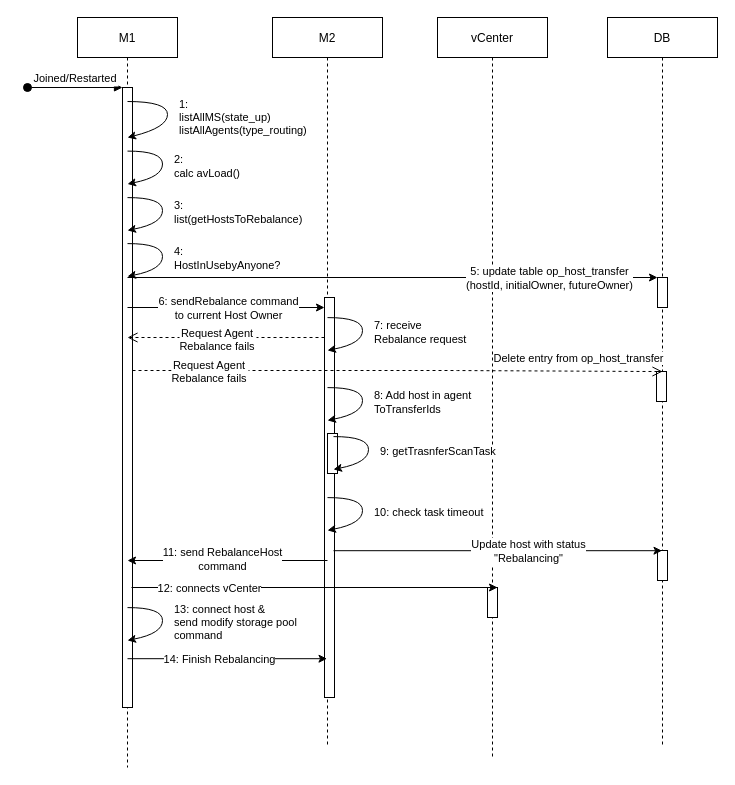
Before: page "Sequence" (1 of 4) of AgentRebalance.drawio in abhinavpratapsingh85/Rovius, a draw.io diagram. Source tidied: cells renumbered, new cells numbered last; positions are measured from the earlier drawing's top-left corner, leaving out a move shared by most shapes. Both pictures are drawn from the tidied source at 100%, with x=0, y=0 at pixel (27, 17).
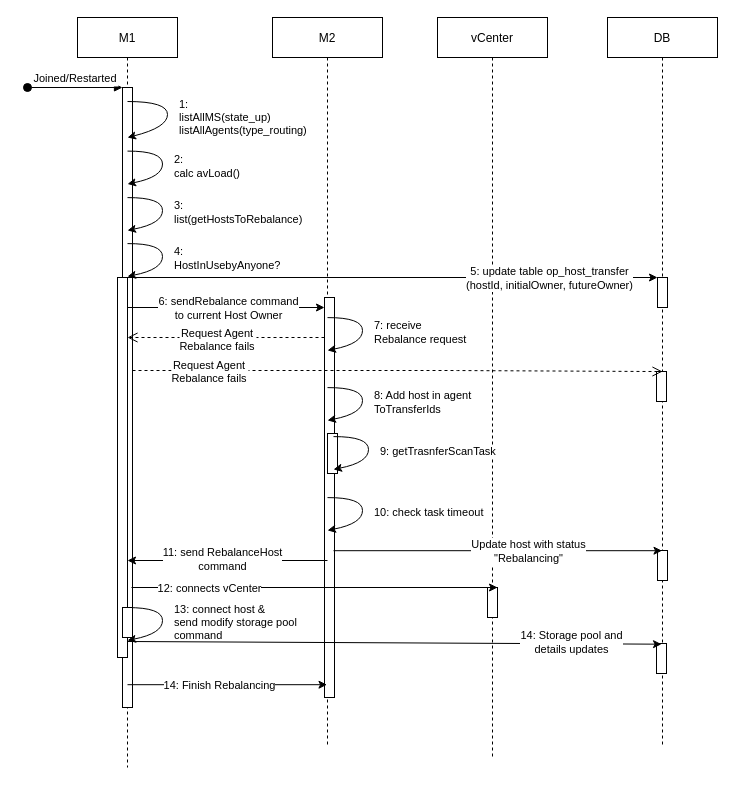
The same page after the edit.

Commit message:
Updated AgentRebalance Sequence diagram uploaded

Unchanged cells that the change refers to:
```xml
<mxCell id="20" value="DB" style="shape=umlLifeline;perimeter=lifelinePerimeter;rounded=0;shadow=0;strokeWidth=1;" parent="1" vertex="1">
  <mxGeometry x="580" width="110" height="730" as="geometry" />
</mxCell>
```

The edit, as a diff of the source:
```diff
@@
+    <mxCell id="47" style="perimeter=orthogonalPerimeter;rounded=0;shadow=0;strokeWidth=1;" parent="20" vertex="1">
+      <mxGeometry x="49" y="626" width="10" height="30" as="geometry" />
+    </mxCell>
@@
     <mxCell id="39" style="endArrow=classic;html=1;exitX=0.5;exitY=0.881;exitDx=0;exitDy=0;exitPerimeter=0;" parent="1" edge="1">
       <mxGeometry relative="1" as="geometry">
-        <mxPoint x="100" y="641.2" as="sourcePoint" />
-        <mxPoint x="299.5" y="641.2" as="targetPoint" />
+        <mxPoint x="100" y="667.2" as="sourcePoint" />
+        <mxPoint x="299.5" y="667.2" as="targetPoint" />
       </mxGeometry>
     </mxCell>
@@
-    <mxCell id="46" value="Delete entry from op_host_transfer" style="edgeLabel;html=1;align=center;verticalAlign=middle;" parent="1" vertex="1">
-      <mxGeometry x="550" y="340" as="geometry" />
-    </mxCell>
+    <mxCell id="48" style="endArrow=classic;html=1;entryX=0.491;entryY=0.853;entryDx=0;entryDy=0;entryPerimeter=0;" parent="1" edge="1">
+      <mxGeometry relative="1" as="geometry">
+        <mxPoint x="100" y="624" as="sourcePoint" />
+        <mxPoint x="634" y="626.7" as="targetPoint" />
+      </mxGeometry>
+    </mxCell>
+    <mxCell id="49" value="14: Storage pool and &lt;br&gt;details updates" style="edgeLabel;html=1;align=center;verticalAlign=middle;" parent="48" vertex="1">
+      <mxGeometry x="0.66" y="2" relative="1" as="geometry" />
+    </mxCell>
+    <mxCell id="50" style="perimeter=orthogonalPerimeter;rounded=0;shadow=0;strokeWidth=1;" parent="1" vertex="1">
+      <mxGeometry x="90" y="260" width="10" height="380" as="geometry" />
+    </mxCell>
+    <mxCell id="51" style="perimeter=orthogonalPerimeter;rounded=0;shadow=0;strokeWidth=1;" parent="1" vertex="1">
+      <mxGeometry x="95" y="590" width="10" height="30" as="geometry" />
+    </mxCell>
```
